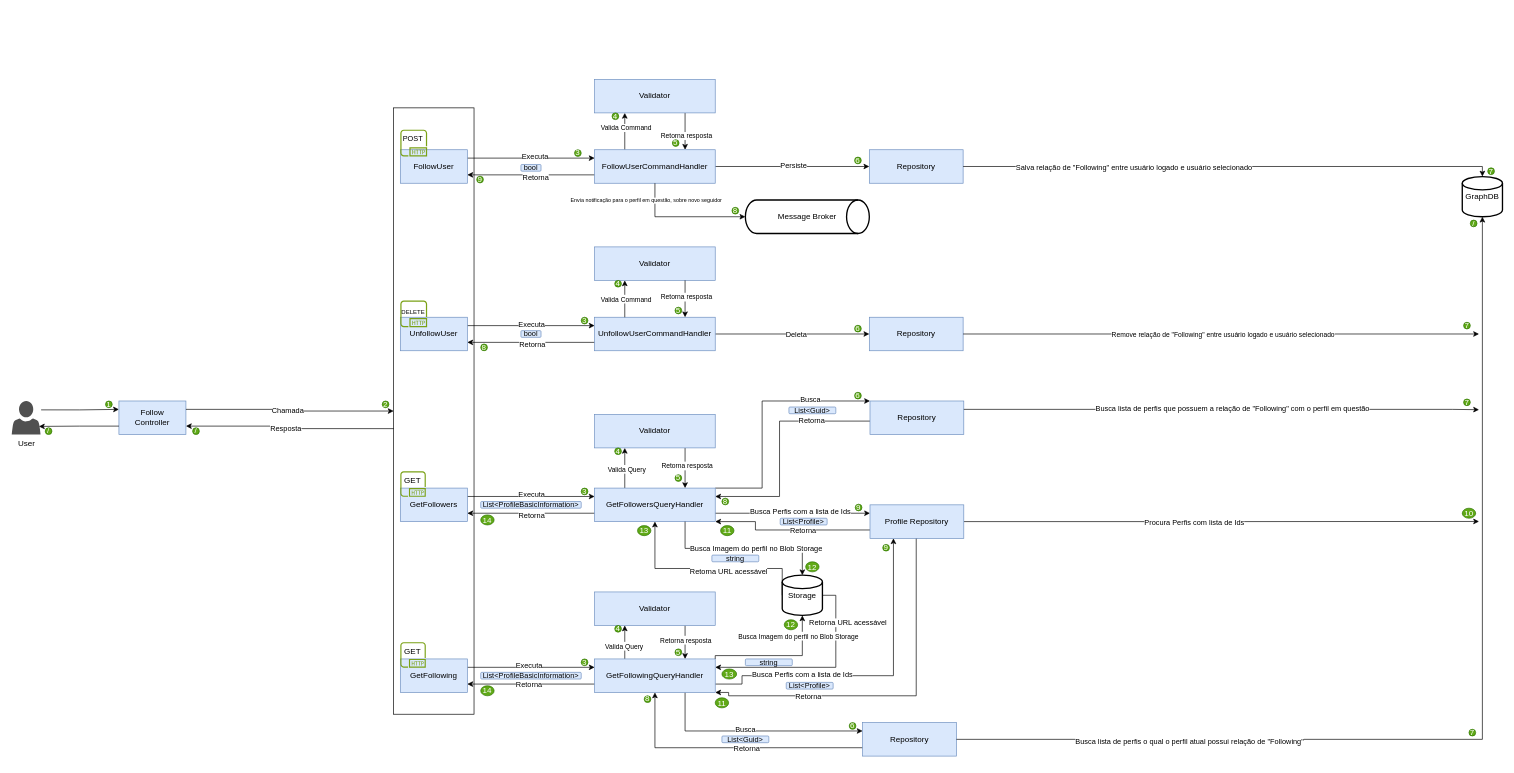
AlanEdward19/ShapeUp keeps this draw.io diagram as page "SocialService/Follow" (4 of 15) of Architecture.drawio. Above is the earlier version. Source tidied: cells renumbered, new cells numbered last; positions are measured from the earlier drawing's top-left corner, leaving out a move shared by most shapes. Both pictures are drawn from the tidied source at 67%, with x=0, y=0 at pixel (11, 79).
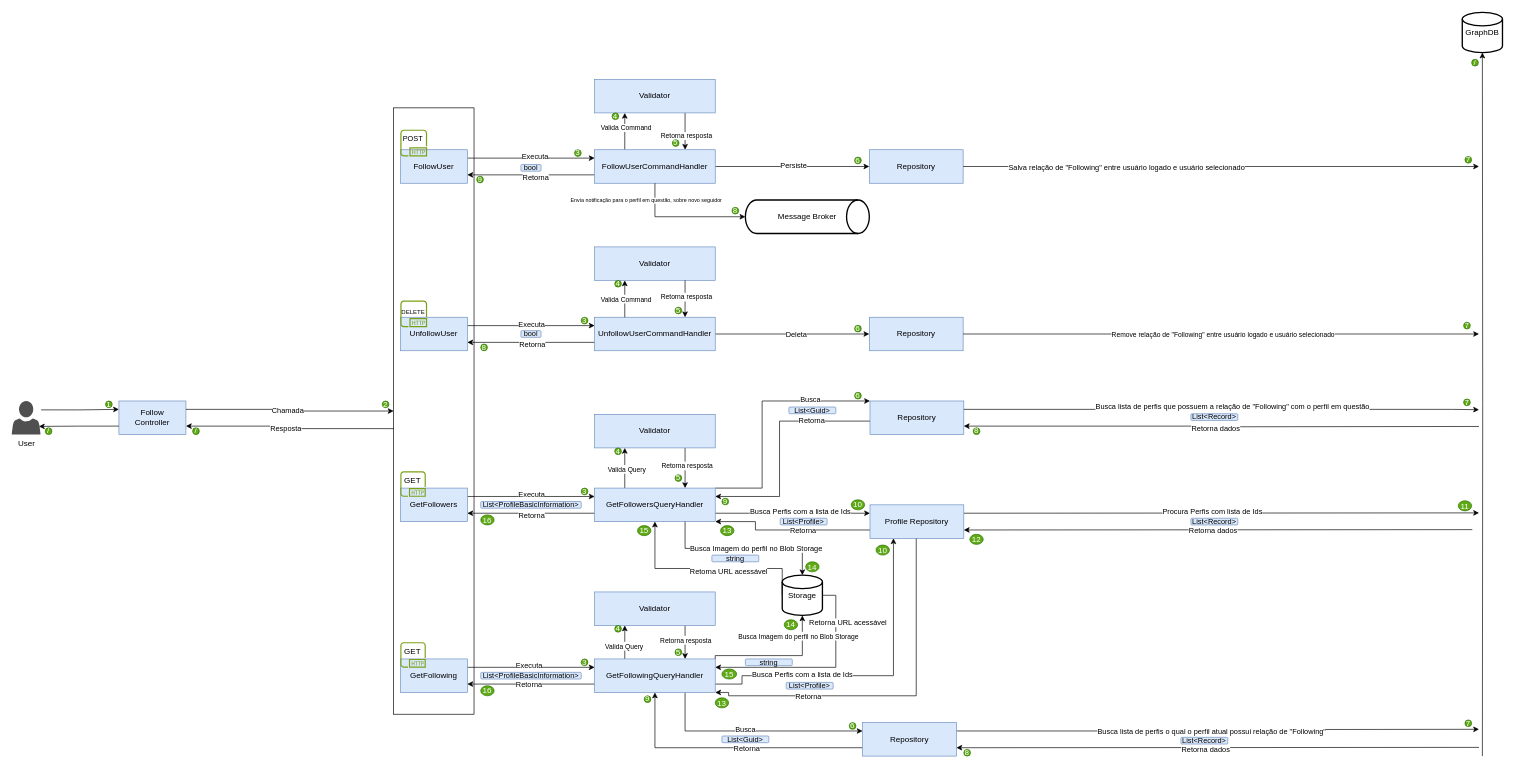
The same diagram, later.

The change refers to these unchanged cells:
```xml
<mxCell id="27" value="Repository" style="whiteSpace=wrap;html=1;fillColor=#dae8fc;strokeColor=#6c8ebf;" parent="1" vertex="1">
  <mxGeometry x="1280" y="105" width="140" height="50" as="geometry" />
</mxCell>
<mxCell id="54" value="Repository" style="whiteSpace=wrap;html=1;fillColor=#dae8fc;strokeColor=#6c8ebf;" parent="1" vertex="1">
  <mxGeometry x="1281" y="480" width="140" height="50" as="geometry" />
</mxCell>
<mxCell id="60" style="edgeStyle=orthogonalEdgeStyle;rounded=0;jettySize=auto;html=1;exitX=1;exitY=0.25;exitDx=0;exitDy=0;" parent="1" edge="1" source="54">
  <mxGeometry relative="1" as="geometry">
    <mxPoint x="2190" y="493" as="targetPoint" />
    <Array as="points">
      <mxPoint x="2150" y="493" />
      <mxPoint x="2150" y="493" />
    </Array>
  </mxGeometry>
</mxCell>
<mxCell id="76" value="Repository" style="whiteSpace=wrap;html=1;fillColor=#dae8fc;strokeColor=#6c8ebf;" parent="1" vertex="1">
  <mxGeometry x="1270" y="960" width="140" height="50" as="geometry" />
</mxCell>
<mxCell id="151" value="Profile Repository" style="whiteSpace=wrap;html=1;fillColor=#dae8fc;strokeColor=#6c8ebf;" parent="1" vertex="1">
  <mxGeometry x="1281" y="635" width="140" height="50" as="geometry" />
</mxCell>
```

The edit, as a diff of the source:
```diff
@@
     <mxCell id="28" value="GraphDB" style="strokeWidth=2;html=1;shape=mxgraph.flowchart.database;whiteSpace=wrap;" parent="1" vertex="1">
-      <mxGeometry x="2165" y="145" width="60" height="60" as="geometry" />
+      <mxGeometry x="2165" y="-100" width="60" height="60" as="geometry" />
     </mxCell>
-    <mxCell id="29" style="edgeStyle=orthogonalEdgeStyle;rounded=0;jettySize=auto;html=1;exitX=1;exitY=0.5;exitDx=0;exitDy=0;entryX=0.5;entryY=0;entryDx=0;entryDy=0;entryPerimeter=0;" parent="1" edge="1" source="27" target="28">
+    <mxCell id="29" style="edgeStyle=orthogonalEdgeStyle;rounded=0;jettySize=auto;html=1;exitX=1;exitY=0.5;exitDx=0;exitDy=0;" parent="1" edge="1" source="27">
       <mxGeometry relative="1" as="geometry">
+        <mxPoint x="2190" y="130" as="targetPoint" />
         <Array as="points">
-          <mxPoint x="2195" y="130" />
+          <mxPoint x="1920" y="130" />
+          <mxPoint x="1920" y="130" />
         </Array>
       </mxGeometry>
     </mxCell>
@@
+    <mxCell id="172" style="edgeStyle=orthogonalEdgeStyle;rounded=0;jettySize=auto;html=1;entryX=1;entryY=0.75;entryDx=0;entryDy=0;" parent="1" edge="1" target="151">
+      <mxGeometry relative="1" as="geometry">
+        <mxPoint x="2180" y="672" as="sourcePoint" />
+      </mxGeometry>
+    </mxCell>
+    <mxCell id="173" value="Retorna dados" style="edgeLabel;html=1;align=center;verticalAlign=middle;" parent="172" vertex="1">
+      <mxGeometry x="0.07" y="2" relative="1" as="geometry">
+        <mxPoint x="18" y="-1" as="offset" />
+      </mxGeometry>
+    </mxCell>
@@
     <mxCell id="61" value="Busca lista de perfis que possuem a relação de &quot;Following&quot; com o perfil em questão" style="edgeLabel;html=1;align=center;verticalAlign=middle;" parent="60" vertex="1">
       <mxGeometry x="-0.21" y="2" relative="1" as="geometry">
-        <mxPoint x="96" as="offset" />
+        <mxPoint x="96" y="-2" as="offset" />
       </mxGeometry>
     </mxCell>
@@
+    <mxCell id="174" style="edgeStyle=orthogonalEdgeStyle;rounded=0;jettySize=auto;html=1;exitX=1;exitY=0.25;exitDx=0;exitDy=0;" parent="1" edge="1" source="76">
+      <mxGeometry relative="1" as="geometry">
+        <mxPoint x="2190" y="970" as="targetPoint" />
+      </mxGeometry>
+    </mxCell>
+    <mxCell id="80" value="Busca lista de perfis o qual o perfil atual possui relação de &quot;Following&quot;" style="edgeLabel;html=1;align=center;verticalAlign=middle;" parent="174" vertex="1">
+      <mxGeometry x="-0.19" y="1" relative="1" as="geometry">
+        <mxPoint x="63" y="1" as="offset" />
+      </mxGeometry>
+    </mxCell>
@@
-    <mxCell id="79" style="edgeStyle=orthogonalEdgeStyle;rounded=0;jettySize=auto;html=1;exitX=1;exitY=0.5;exitDx=0;exitDy=0;entryX=0.5;entryY=1;entryDx=0;entryDy=0;entryPerimeter=0;" parent="1" edge="1" source="76" target="28">
-      <mxGeometry relative="1" as="geometry" />
+    <mxCell id="79" style="edgeStyle=orthogonalEdgeStyle;rounded=0;jettySize=auto;html=1;entryX=0.5;entryY=1;entryDx=0;entryDy=0;entryPerimeter=0;" parent="1" edge="1" target="28">
+      <mxGeometry relative="1" as="geometry">
+        <mxPoint x="2195" y="1010" as="sourcePoint" />
+      </mxGeometry>
     </mxCell>
-    <mxCell id="80" value="Busca lista de perfis o qual o perfil atual possui relação de &quot;Following&quot;" style="edgeLabel;html=1;align=center;verticalAlign=middle;" parent="79" vertex="1">
-      <mxGeometry x="-0.68" y="-2" relative="1" as="geometry">
-        <mxPoint x="97" as="offset" />
-      </mxGeometry>
-    </mxCell>
@@
-    <mxCell id="130" value="8" style="ellipse;whiteSpace=wrap;html=1;fillColor=#60a917;fontColor=#ffffff;strokeColor=#2D7600;" parent="1" vertex="1">
+    <mxCell id="130" value="9" style="ellipse;whiteSpace=wrap;html=1;fillColor=#60a917;fontColor=#ffffff;strokeColor=#2D7600;" parent="1" vertex="1">
       <mxGeometry x="1060" y="625" width="10" height="10" as="geometry" />
     </mxCell>
-    <mxCell id="131" value="14" style="ellipse;whiteSpace=wrap;html=1;fillColor=#60a917;fontColor=#ffffff;strokeColor=#2D7600;" parent="1" vertex="1">
+    <mxCell id="131" value="16" style="ellipse;whiteSpace=wrap;html=1;fillColor=#60a917;fontColor=#ffffff;strokeColor=#2D7600;" parent="1" vertex="1">
       <mxGeometry x="700" y="650" width="20" height="15" as="geometry" />
     </mxCell>
@@
-    <mxCell id="133" value="14" style="ellipse;whiteSpace=wrap;html=1;fillColor=#60a917;fontColor=#ffffff;strokeColor=#2D7600;" parent="1" vertex="1">
+    <mxCell id="133" value="16" style="ellipse;whiteSpace=wrap;html=1;fillColor=#60a917;fontColor=#ffffff;strokeColor=#2D7600;" parent="1" vertex="1">
       <mxGeometry x="700" y="905" width="20" height="15" as="geometry" />
     </mxCell>
@@
-    <mxCell id="142" style="edgeStyle=orthogonalEdgeStyle;rounded=0;jettySize=auto;html=1;exitX=1;exitY=0.5;exitDx=0;exitDy=0;" parent="1" edge="1" source="151">
+    <mxCell id="142" style="edgeStyle=orthogonalEdgeStyle;rounded=0;jettySize=auto;html=1;exitX=1;exitY=0.25;exitDx=0;exitDy=0;" parent="1" edge="1" source="151">
       <mxGeometry relative="1" as="geometry">
-        <mxPoint x="2190" y="659.8" as="targetPoint" />
+        <mxPoint x="2190" y="647" as="targetPoint" />
       </mxGeometry>
     </mxCell>
     <mxCell id="143" value="Procura Perfis com lista de Ids" style="edgeLabel;html=1;align=center;verticalAlign=middle;" parent="142" vertex="1">
       <mxGeometry x="-0.51" relative="1" as="geometry">
-        <mxPoint x="155" as="offset" />
+        <mxPoint x="183" y="-3" as="offset" />
       </mxGeometry>
     </mxCell>
-    <mxCell id="144" value="10" style="ellipse;whiteSpace=wrap;html=1;fillColor=#60a917;fontColor=#ffffff;strokeColor=#2D7600;" parent="1" vertex="1">
-      <mxGeometry x="2165" y="640" width="20" height="15" as="geometry" />
+    <mxCell id="144" value="11" style="ellipse;whiteSpace=wrap;html=1;fillColor=#60a917;fontColor=#ffffff;strokeColor=#2D7600;" parent="1" vertex="1">
+      <mxGeometry x="2159" y="629" width="20" height="15" as="geometry" />
     </mxCell>
-    <mxCell id="145" value="8" style="ellipse;whiteSpace=wrap;html=1;fillColor=#60a917;fontColor=#ffffff;strokeColor=#2D7600;" parent="1" vertex="1">
+    <mxCell id="145" value="9" style="ellipse;whiteSpace=wrap;html=1;fillColor=#60a917;fontColor=#ffffff;strokeColor=#2D7600;" parent="1" vertex="1">
       <mxGeometry x="944" y="920" width="10" height="10" as="geometry" />
     </mxCell>
@@
+    <mxCell id="175" style="edgeStyle=orthogonalEdgeStyle;rounded=0;jettySize=auto;html=1;entryX=1;entryY=0.75;entryDx=0;entryDy=0;" parent="1" edge="1" target="54">
+      <mxGeometry relative="1" as="geometry">
+        <mxPoint x="2190" y="518" as="sourcePoint" />
+      </mxGeometry>
+    </mxCell>
+    <mxCell id="176" value="Retorna dados" style="edgeLabel;html=1;align=center;verticalAlign=middle;" parent="175" vertex="1">
+      <mxGeometry x="0.13" y="1" relative="1" as="geometry">
+        <mxPoint x="40" y="2" as="offset" />
+      </mxGeometry>
+    </mxCell>
+    <mxCell id="177" style="edgeStyle=orthogonalEdgeStyle;rounded=0;jettySize=auto;html=1;entryX=1;entryY=0.75;entryDx=0;entryDy=0;" parent="1" edge="1" target="76">
+      <mxGeometry relative="1" as="geometry">
+        <mxPoint x="2190" y="997" as="sourcePoint" />
+      </mxGeometry>
+    </mxCell>
+    <mxCell id="178" value="Retorna dados" style="edgeLabel;html=1;align=center;verticalAlign=middle;" parent="177" vertex="1">
+      <mxGeometry x="0.07" y="1" relative="1" as="geometry">
+        <mxPoint x="8" y="2" as="offset" />
+      </mxGeometry>
+    </mxCell>
@@
-    <mxCell id="156" value="9" style="ellipse;whiteSpace=wrap;html=1;fillColor=#60a917;fontColor=#ffffff;strokeColor=#2D7600;" parent="1" vertex="1">
-      <mxGeometry x="1259" y="634" width="10" height="10" as="geometry" />
-    </mxCell>
-    <mxCell id="157" value="11" style="ellipse;whiteSpace=wrap;html=1;fillColor=#60a917;fontColor=#ffffff;strokeColor=#2D7600;" parent="1" vertex="1">
+    <mxCell id="157" value="13" style="ellipse;whiteSpace=wrap;html=1;fillColor=#60a917;fontColor=#ffffff;strokeColor=#2D7600;" parent="1" vertex="1">
       <mxGeometry x="1058" y="666" width="20" height="15" as="geometry" />
     </mxCell>
-    <mxCell id="158" value="12" style="ellipse;whiteSpace=wrap;html=1;fillColor=#60a917;fontColor=#ffffff;strokeColor=#2D7600;" parent="1" vertex="1">
+    <mxCell id="158" value="14" style="ellipse;whiteSpace=wrap;html=1;fillColor=#60a917;fontColor=#ffffff;strokeColor=#2D7600;" parent="1" vertex="1">
       <mxGeometry x="1185" y="720" width="20" height="15" as="geometry" />
     </mxCell>
@@
     <mxCell id="161" value="7" style="ellipse;whiteSpace=wrap;html=1;fillColor=#60a917;fontColor=#ffffff;strokeColor=#2D7600;" parent="1" vertex="1">
-      <mxGeometry x="2175" y="970" width="10" height="10" as="geometry" />
+      <mxGeometry x="2169" y="956" width="10" height="10" as="geometry" />
     </mxCell>
     <mxCell id="162" value="/" style="ellipse;whiteSpace=wrap;html=1;fillColor=#60a917;fontColor=#ffffff;strokeColor=#2D7600;" parent="1" vertex="1">
-      <mxGeometry x="2177" y="210" width="10" height="10" as="geometry" />
+      <mxGeometry x="2179" y="-30" width="10" height="10" as="geometry" />
     </mxCell>
-    <mxCell id="163" value="7" style="ellipse;whiteSpace=wrap;html=1;fillColor=#60a917;fontColor=#ffffff;strokeColor=#2D7600;" parent="1" vertex="1">
-      <mxGeometry x="2203" y="132" width="10" height="10" as="geometry" />
-    </mxCell>
-    <mxCell id="164" value="11" style="ellipse;whiteSpace=wrap;html=1;fillColor=#60a917;fontColor=#ffffff;strokeColor=#2D7600;" parent="1" vertex="1">
+    <mxCell id="164" value="13" style="ellipse;whiteSpace=wrap;html=1;fillColor=#60a917;fontColor=#ffffff;strokeColor=#2D7600;" parent="1" vertex="1">
       <mxGeometry x="1050" y="923" width="20" height="15" as="geometry" />
     </mxCell>
-    <mxCell id="165" value="12" style="ellipse;whiteSpace=wrap;html=1;fillColor=#60a917;fontColor=#ffffff;strokeColor=#2D7600;" parent="1" vertex="1">
+    <mxCell id="165" value="14" style="ellipse;whiteSpace=wrap;html=1;fillColor=#60a917;fontColor=#ffffff;strokeColor=#2D7600;" parent="1" vertex="1">
       <mxGeometry x="1153" y="806.5" width="20" height="15" as="geometry" />
     </mxCell>
-    <mxCell id="166" value="9" style="ellipse;whiteSpace=wrap;html=1;fillColor=#60a917;fontColor=#ffffff;strokeColor=#2D7600;" parent="1" vertex="1">
-      <mxGeometry x="1300" y="694" width="10" height="10" as="geometry" />
-    </mxCell>
@@
-    <mxCell id="168" value="13" style="ellipse;whiteSpace=wrap;html=1;fillColor=#60a917;fontColor=#ffffff;strokeColor=#2D7600;" parent="1" vertex="1">
+    <mxCell id="168" value="15" style="ellipse;whiteSpace=wrap;html=1;fillColor=#60a917;fontColor=#ffffff;strokeColor=#2D7600;" parent="1" vertex="1">
       <mxGeometry x="934" y="666" width="20" height="15" as="geometry" />
     </mxCell>
-    <mxCell id="169" value="13" style="ellipse;whiteSpace=wrap;html=1;fillColor=#60a917;fontColor=#ffffff;strokeColor=#2D7600;" parent="1" vertex="1">
+    <mxCell id="169" value="15" style="ellipse;whiteSpace=wrap;html=1;fillColor=#60a917;fontColor=#ffffff;strokeColor=#2D7600;" parent="1" vertex="1">
       <mxGeometry x="1060" y="880" width="22" height="15" as="geometry" />
     </mxCell>
@@
+    <mxCell id="163" value="7" style="ellipse;whiteSpace=wrap;html=1;fillColor=#60a917;fontColor=#ffffff;strokeColor=#2D7600;" parent="1" vertex="1">
+      <mxGeometry x="2169" y="115" width="10" height="10" as="geometry" />
+    </mxCell>
+    <mxCell id="179" value="List&amp;lt;Record&amp;gt;" style="rounded=1;whiteSpace=wrap;html=1;fillColor=#dae8fc;strokeColor=#6c8ebf;fontSize=11;" parent="1" vertex="1">
+      <mxGeometry x="1760" y="655" width="70" height="10" as="geometry" />
+    </mxCell>
+    <mxCell id="180" value="12" style="ellipse;whiteSpace=wrap;html=1;fillColor=#60a917;fontColor=#ffffff;strokeColor=#2D7600;" parent="1" vertex="1">
+      <mxGeometry x="1430" y="679" width="20" height="15" as="geometry" />
+    </mxCell>
+    <mxCell id="181" value="8" style="ellipse;whiteSpace=wrap;html=1;fillColor=#60a917;fontColor=#ffffff;strokeColor=#2D7600;" parent="1" vertex="1">
+      <mxGeometry x="1435" y="520" width="10" height="10" as="geometry" />
+    </mxCell>
+    <mxCell id="182" value="10" style="ellipse;whiteSpace=wrap;html=1;fillColor=#60a917;fontColor=#ffffff;strokeColor=#2D7600;" parent="1" vertex="1">
+      <mxGeometry x="1253" y="627.5" width="20" height="15" as="geometry" />
+    </mxCell>
+    <mxCell id="183" value="8" style="ellipse;whiteSpace=wrap;html=1;fillColor=#60a917;fontColor=#ffffff;strokeColor=#2D7600;" parent="1" vertex="1">
+      <mxGeometry x="1421" y="1000" width="10" height="10" as="geometry" />
+    </mxCell>
+    <mxCell id="184" value="10" style="ellipse;whiteSpace=wrap;html=1;fillColor=#60a917;fontColor=#ffffff;strokeColor=#2D7600;" parent="1" vertex="1">
+      <mxGeometry x="1290" y="695" width="20" height="15" as="geometry" />
+    </mxCell>
+    <mxCell id="185" value="List&amp;lt;Record&amp;gt;" style="rounded=1;whiteSpace=wrap;html=1;fillColor=#dae8fc;strokeColor=#6c8ebf;fontSize=11;" parent="1" vertex="1">
+      <mxGeometry x="1745" y="982" width="70" height="10" as="geometry" />
+    </mxCell>
+    <mxCell id="186" value="List&amp;lt;Record&amp;gt;" style="rounded=1;whiteSpace=wrap;html=1;fillColor=#dae8fc;strokeColor=#6c8ebf;fontSize=11;" parent="1" vertex="1">
+      <mxGeometry x="1760" y="499" width="70" height="10" as="geometry" />
+    </mxCell>
```
